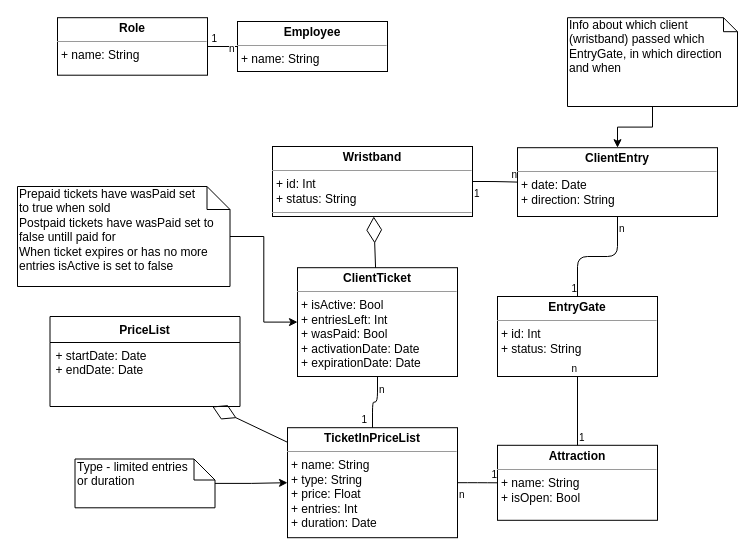
Earlier version of the draw.io diagram drawio/Classes.drawio (PawZawDev/AEII_2020_BD2_ZAWIERUCHA_AQUAPARK). Source tidied: cells renumbered, new cells numbered last; positions are measured from the earlier drawing's top-left corner, leaving out a move shared by most shapes. Both pictures are drawn from the tidied source at 100%, with x=0, y=0 at pixel (17, 17).
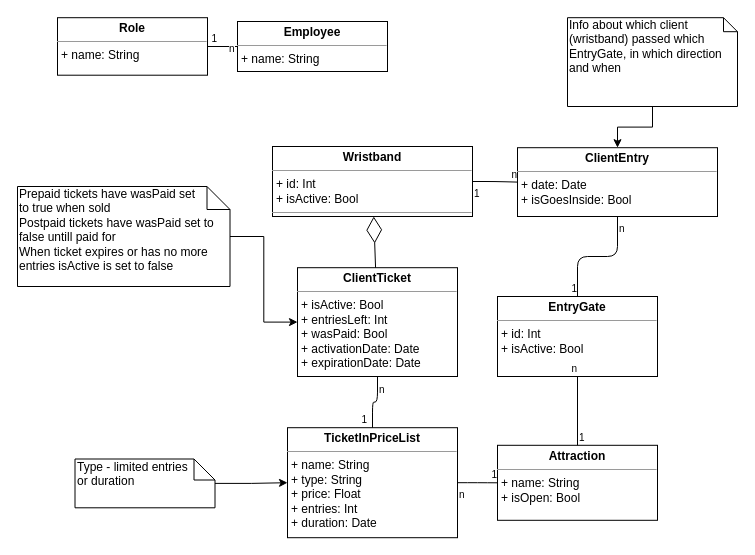
After the change.

The change refers to these unchanged cells:
```xml
<mxCell id="8" value="&lt;p style=&quot;margin: 0px ; margin-top: 4px ; text-align: center&quot;&gt;&lt;b&gt;TicketInPriceList&lt;/b&gt;&lt;/p&gt;&lt;hr size=&quot;1&quot;&gt;&lt;p style=&quot;margin: 0px ; margin-left: 4px&quot;&gt;+ name: String&lt;/p&gt;&lt;p style=&quot;margin: 0px ; margin-left: 4px&quot;&gt;+ type: String&lt;br&gt;&lt;/p&gt;&lt;p style=&quot;margin: 0px ; margin-left: 4px&quot;&gt;+ price: Float&lt;/p&gt;&lt;p style=&quot;margin: 0px ; margin-left: 4px&quot;&gt;+ entries: Int&lt;/p&gt;&lt;p style=&quot;margin: 0px ; margin-left: 4px&quot;&gt;+ duration: Date&lt;br&gt;&lt;/p&gt;&lt;p style=&quot;margin: 0px ; margin-left: 4px&quot;&gt;&lt;br&gt;&lt;/p&gt;&lt;hr size=&quot;1&quot;&gt;" style="verticalAlign=top;align=left;overflow=fill;fontSize=12;fontFamily=Helvetica;html=1;" parent="1" vertex="1">
  <mxGeometry x="270" y="410.2" width="170" height="110" as="geometry" />
</mxCell>
```

The edit, as a diff of the source:
```diff
@@
-    <mxCell id="5" style="endArrow=diamondThin;endFill=0;endSize=24;html=1;" parent="1" edge="1" source="8" target="37">
-      <mxGeometry relative="1" as="geometry" />
-    </mxCell>
-    <mxCell id="6" value="&lt;p style=&quot;margin: 0px ; margin-top: 4px ; text-align: center&quot;&gt;&lt;b&gt;Wristband&lt;/b&gt;&lt;br&gt;&lt;/p&gt;&lt;hr size=&quot;1&quot;&gt;&lt;p style=&quot;margin: 0px ; margin-left: 4px&quot;&gt;+ id: Int&lt;/p&gt;&lt;p style=&quot;margin: 0px ; margin-left: 4px&quot;&gt;+ status: String&lt;br&gt;&lt;/p&gt;&lt;hr size=&quot;1&quot;&gt;" style="verticalAlign=top;align=left;overflow=fill;fontSize=12;fontFamily=Helvetica;html=1;" parent="1" vertex="1">
+    <mxCell id="6" value="&lt;p style=&quot;margin: 0px ; margin-top: 4px ; text-align: center&quot;&gt;&lt;b&gt;Wristband&lt;/b&gt;&lt;br&gt;&lt;/p&gt;&lt;hr size=&quot;1&quot;&gt;&lt;p style=&quot;margin: 0px ; margin-left: 4px&quot;&gt;+ id: Int&lt;/p&gt;&lt;p style=&quot;margin: 0px ; margin-left: 4px&quot;&gt;+ isActive: Bool&lt;/p&gt;&lt;hr size=&quot;1&quot;&gt;" style="verticalAlign=top;align=left;overflow=fill;fontSize=12;fontFamily=Helvetica;html=1;" parent="1" vertex="1">
       <mxGeometry x="255" y="129" width="200" height="70" as="geometry" />
     </mxCell>
@@
-    <mxCell id="19" value="&lt;p style=&quot;margin: 0px ; margin-top: 4px ; text-align: center&quot;&gt;&lt;b&gt;EntryGate&lt;/b&gt;&lt;/p&gt;&lt;hr size=&quot;1&quot;&gt;&lt;p style=&quot;margin: 0px ; margin-left: 4px&quot;&gt;+ id: Int&lt;/p&gt;&lt;p style=&quot;margin: 0px ; margin-left: 4px&quot;&gt;+ status: String&lt;/p&gt;" style="verticalAlign=top;align=left;overflow=fill;fontSize=12;fontFamily=Helvetica;html=1;" parent="1" vertex="1">
+    <mxCell id="19" value="&lt;p style=&quot;margin: 0px ; margin-top: 4px ; text-align: center&quot;&gt;&lt;b&gt;EntryGate&lt;/b&gt;&lt;/p&gt;&lt;hr size=&quot;1&quot;&gt;&lt;p style=&quot;margin: 0px ; margin-left: 4px&quot;&gt;+ id: Int&lt;/p&gt;&lt;p style=&quot;margin: 0px ; margin-left: 4px&quot;&gt;+ isActive: Bool&lt;/p&gt;" style="verticalAlign=top;align=left;overflow=fill;fontSize=12;fontFamily=Helvetica;html=1;" parent="1" vertex="1">
       <mxGeometry x="480" y="279" width="160" height="80" as="geometry" />
     </mxCell>
@@
-    <mxCell id="29" value="&lt;p style=&quot;margin: 4px 0px 0px ; text-align: center&quot;&gt;&lt;b&gt;ClientEntry&lt;/b&gt;&lt;br&gt;&lt;/p&gt;&lt;hr size=&quot;1&quot;&gt;&lt;p style=&quot;margin: 0px 0px 0px 4px&quot;&gt;+ date: Date&lt;/p&gt;&lt;p style=&quot;margin: 0px 0px 0px 4px&quot;&gt;+ direction: String&lt;/p&gt;&lt;p style=&quot;margin: 0px 0px 0px 4px&quot;&gt;&lt;br&gt;&lt;/p&gt;&lt;hr size=&quot;1&quot;&gt;" style="verticalAlign=top;align=left;overflow=fill;fontSize=12;fontFamily=Helvetica;html=1;" parent="1" vertex="1">
+    <mxCell id="29" value="&lt;p style=&quot;margin: 4px 0px 0px ; text-align: center&quot;&gt;&lt;b&gt;ClientEntry&lt;/b&gt;&lt;br&gt;&lt;/p&gt;&lt;hr size=&quot;1&quot;&gt;&lt;p style=&quot;margin: 0px 0px 0px 4px&quot;&gt;+ date: Date&lt;/p&gt;&lt;p style=&quot;margin: 0px 0px 0px 4px&quot;&gt;+ isGoesInside: Bool&lt;br&gt;&lt;/p&gt;&lt;p style=&quot;margin: 0px 0px 0px 4px&quot;&gt;&lt;br&gt;&lt;/p&gt;&lt;hr size=&quot;1&quot;&gt;" style="verticalAlign=top;align=left;overflow=fill;fontSize=12;fontFamily=Helvetica;html=1;" parent="1" vertex="1">
       <mxGeometry x="500" y="130.2" width="200" height="68.8" as="geometry" />
     </mxCell>
@@
-    <mxCell id="36" value="PriceList" style="swimlane;fontStyle=1;align=center;verticalAlign=top;horizontal=1;startSize=26;" parent="1" vertex="1">
-      <mxGeometry x="32.5" y="299" width="190" height="90" as="geometry" />
-    </mxCell>
-    <mxCell id="37" value="+ startDate: Date&#10;+ endDate: Date&#10;&#10;&#10;&#10;&#10;" style="text;strokeColor=none;fillColor=none;align=left;verticalAlign=top;spacingLeft=4;spacingRight=4;overflow=hidden;points=[[0,0.5],[1,0.5]];portConstraint=eastwest;" parent="36" vertex="1">
-      <mxGeometry y="26" width="190" height="64" as="geometry" />
-    </mxCell>
-    <mxCell id="38" style="line;strokeWidth=1;fillColor=none;align=left;verticalAlign=middle;spacingTop=-1;spacingLeft=3;spacingRight=3;labelPosition=right;" parent="36" vertex="1">
-      <mxGeometry y="90" width="190" as="geometry" />
-    </mxCell>
```
